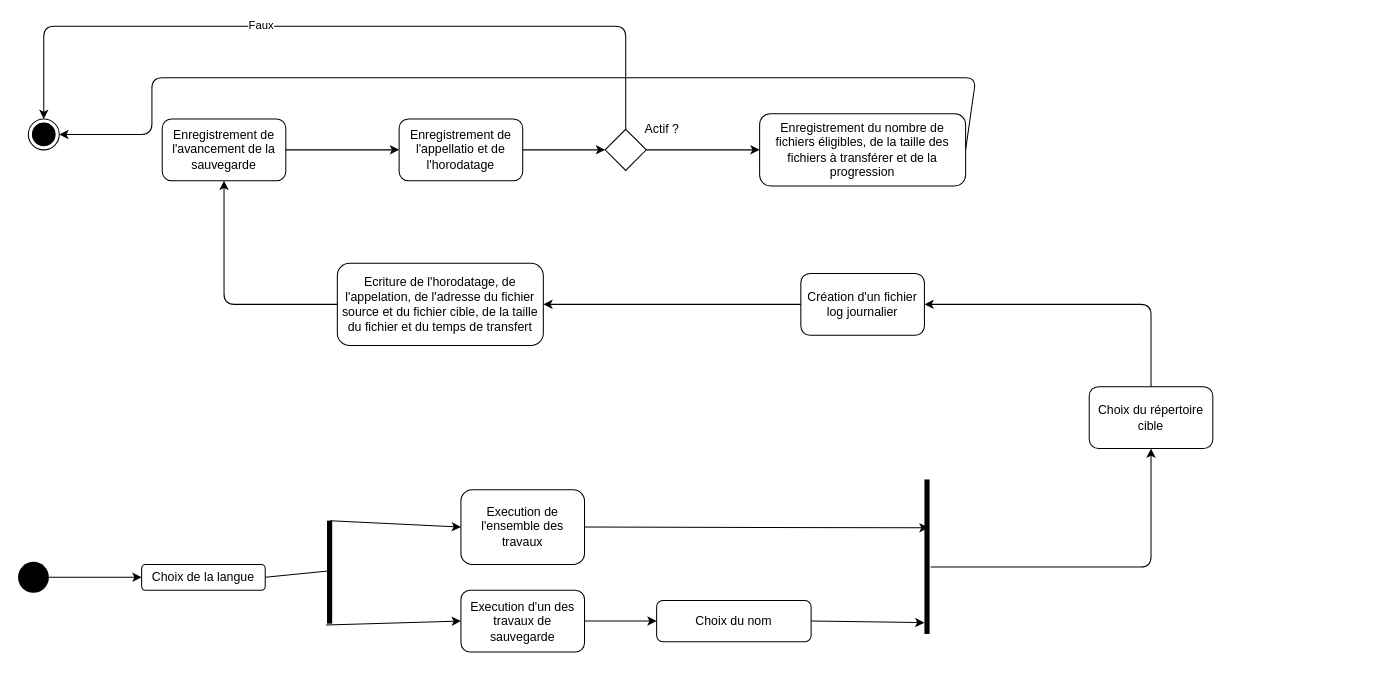
This is Livrable 1/Activity_Diagram.drawio from AxokGit/ProgrammationSystemeG1, a draw.io file, before an edit. Source tidied: cells renumbered, new cells numbered last; positions are measured from the earlier drawing's top-left corner, leaving out a move shared by most shapes. Both pictures are drawn from the tidied source at 103%, with x=0, y=0 at pixel (18, 26).
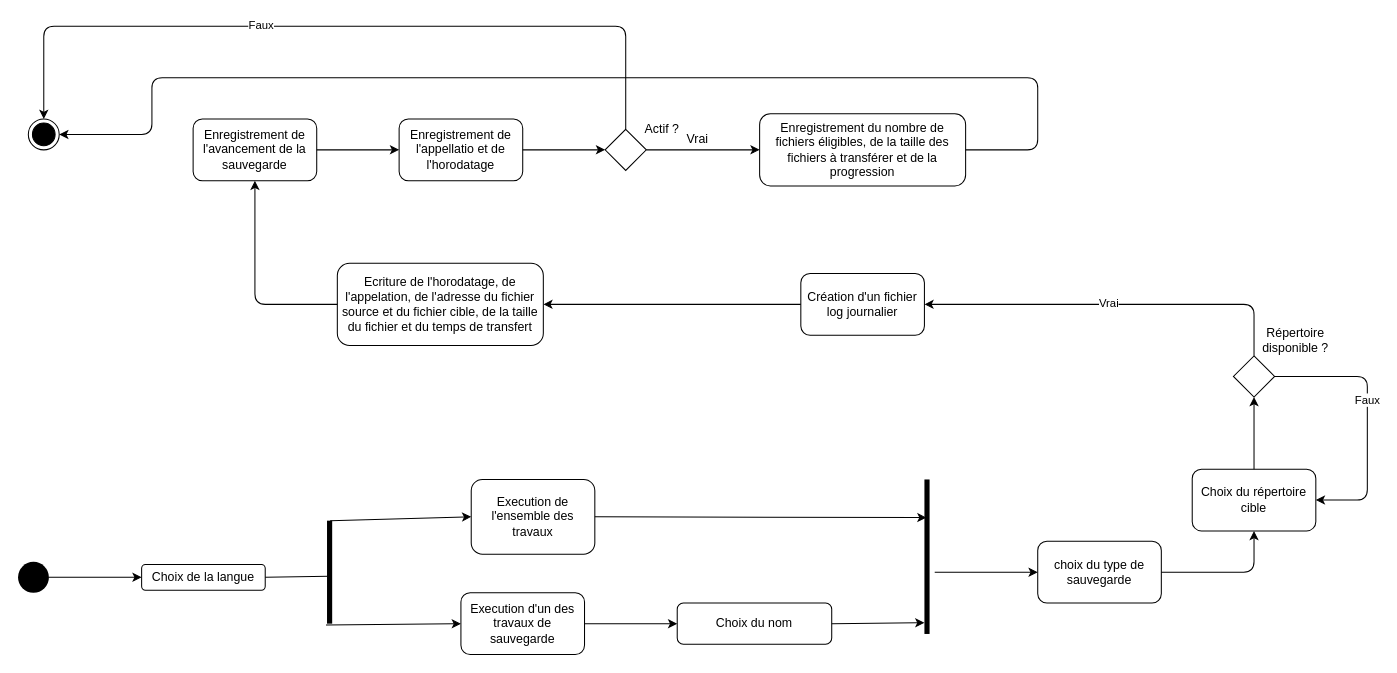
Above is the later version.

Commit message (it also covers changes not shown here):
Adding UML Diagram

The change refers to these unchanged cells:
```xml
<mxCell id="3" style="ellipse;html=1;shape=endState;fillColor=#000000;strokeColor=#000000;" parent="1" vertex="1">
  <mxGeometry x="10" y="90" width="30" height="30" as="geometry" />
</mxCell>
<mxCell id="5" value="Choix de la langue" style="rounded=1;whiteSpace=wrap;html=1;" parent="1" vertex="1">
  <mxGeometry x="120" y="522.5" width="120" height="25" as="geometry" />
</mxCell>
<mxCell id="6" style="html=1;points=[];perimeter=orthogonalPerimeter;fillColor=#000000;strokeColor=none;" parent="1" vertex="1">
  <mxGeometry x="300" y="480" width="5" height="100" as="geometry" />
</mxCell>
<mxCell id="15" style="html=1;points=[];perimeter=orthogonalPerimeter;fillColor=#000000;strokeColor=none;" parent="1" vertex="1">
  <mxGeometry x="880" y="440" width="5" height="150" as="geometry" />
</mxCell>
<mxCell id="19" style="rhombus;whiteSpace=wrap;html=1;" parent="1" vertex="1">
  <mxGeometry x="570" y="100" width="40" height="40" as="geometry" />
</mxCell>
<mxCell id="27" value="Enregistrement du nombre de fichiers éligibles, de la taille des fichiers à transférer et de la progression" style="rounded=1;whiteSpace=wrap;html=1;" parent="1" vertex="1">
  <mxGeometry x="720" y="85" width="200" height="70" as="geometry" />
</mxCell>
<mxCell id="30" value="Création d'un fichier log journalier" style="rounded=1;whiteSpace=wrap;html=1;" parent="1" vertex="1">
  <mxGeometry x="760" y="240" width="120" height="60" as="geometry" />
</mxCell>
<mxCell id="32" value="Ecriture de l'horodatage, de l'appelation, de l'adresse du fichier source et du fichier cible, de la taille du fichier et du temps de transfert" style="rounded=1;whiteSpace=wrap;html=1;" parent="1" vertex="1">
  <mxGeometry x="310" y="230" width="200" height="80" as="geometry" />
</mxCell>
```

What changed in the source:
```diff
@@
-    <mxCell id="7" style="endArrow=none;html=1;exitX=1;exitY=0.5;exitDx=0;exitDy=0;entryX=0.2;entryY=0.488;entryDx=0;entryDy=0;entryPerimeter=0;" parent="1" edge="1" source="5" target="6">
+    <mxCell id="7" style="endArrow=none;html=1;exitX=1;exitY=0.5;exitDx=0;exitDy=0;entryX=0.4;entryY=0.54;entryDx=0;entryDy=0;entryPerimeter=0;" parent="1" edge="1" source="5" target="6">
       <mxGeometry relative="1" as="geometry" />
     </mxCell>
@@
     <mxCell id="10" value="Execution de l'ensemble des travaux" style="rounded=1;whiteSpace=wrap;html=1;" parent="1" vertex="1">
-      <mxGeometry x="430" y="450" width="120" height="72.5" as="geometry" />
+      <mxGeometry x="440" y="440" width="120" height="72.5" as="geometry" />
     </mxCell>
     <mxCell id="11" value="Execution d'un des travaux de sauvegarde" style="rounded=1;whiteSpace=wrap;html=1;" parent="1" vertex="1">
-      <mxGeometry x="430" y="547.5" width="120" height="60" as="geometry" />
+      <mxGeometry x="430" y="550" width="120" height="60" as="geometry" />
     </mxCell>
     <mxCell id="12" value="Choix du nom" style="rounded=1;whiteSpace=wrap;html=1;" parent="1" vertex="1">
-      <mxGeometry x="620" y="557.5" width="150" height="40" as="geometry" />
+      <mxGeometry x="640" y="560" width="150" height="40" as="geometry" />
     </mxCell>
@@
-    <mxCell id="14" style="endArrow=classic;html=1;exitX=1;exitY=0.5;exitDx=0;exitDy=0;entryX=0.8;entryY=0.313;entryDx=0;entryDy=0;entryPerimeter=0;" parent="1" edge="1" source="10" target="15">
+    <mxCell id="14" style="endArrow=classic;html=1;exitX=1;exitY=0.5;exitDx=0;exitDy=0;entryX=0.4;entryY=0.247;entryDx=0;entryDy=0;entryPerimeter=0;" parent="1" edge="1" source="10" target="15">
       <mxGeometry relative="1" as="geometry" />
     </mxCell>
@@
-    <mxCell id="17" style="endArrow=classic;html=1;exitX=1.2;exitY=0.567;exitDx=0;exitDy=0;exitPerimeter=0;entryX=0.5;entryY=1;entryDx=0;entryDy=0;" parent="1" edge="1" source="15" target="28">
-      <mxGeometry relative="1" as="geometry">
-        <Array as="points">
-          <mxPoint x="1100" y="525" />
-        </Array>
-      </mxGeometry>
-    </mxCell>
     <mxCell id="18" value="Enregistrement de l'avancement de la sauvegarde" style="rounded=1;whiteSpace=wrap;html=1;" parent="1" vertex="1">
-      <mxGeometry x="140" y="90" width="120" height="60" as="geometry" />
+      <mxGeometry x="170" y="90" width="120" height="60" as="geometry" />
     </mxCell>
@@
     <mxCell id="26" style="endArrow=classic;html=1;exitX=1;exitY=0.5;exitDx=0;exitDy=0;" parent="1" edge="1" source="19" target="27">
-      <mxGeometry relative="1" as="geometry" />
+      <mxGeometry relative="1" as="geometry">
+        <Array as="points">
+          <mxPoint x="660" y="120" />
+        </Array>
+      </mxGeometry>
     </mxCell>
@@
     <mxCell id="28" value="Choix du répertoire cible" style="rounded=1;whiteSpace=wrap;html=1;" parent="1" vertex="1">
-      <mxGeometry x="1040" y="350" width="120" height="60" as="geometry" />
+      <mxGeometry x="1140" y="430" width="120" height="60" as="geometry" />
     </mxCell>
-    <mxCell id="29" style="endArrow=classic;html=1;exitX=0.5;exitY=0;exitDx=0;exitDy=0;" parent="1" edge="1" source="28" target="30">
-      <mxGeometry relative="1" as="geometry">
-        <Array as="points">
-          <mxPoint x="1100" y="270" />
-        </Array>
-      </mxGeometry>
-    </mxCell>
@@
     <mxCell id="33" style="endArrow=classic;html=1;entryX=0.5;entryY=1;entryDx=0;entryDy=0;exitX=0;exitY=0.5;exitDx=0;exitDy=0;" parent="1" edge="1" source="32" target="18">
       <mxGeometry relative="1" as="geometry">
         <Array as="points">
-          <mxPoint x="200" y="270" />
+          <mxPoint x="230" y="270" />
         </Array>
       </mxGeometry>
     </mxCell>
     <mxCell id="34" style="endArrow=classic;html=1;exitX=1;exitY=0.5;exitDx=0;exitDy=0;entryX=1;entryY=0.5;entryDx=0;entryDy=0;" parent="1" edge="1" source="27" target="3">
       <mxGeometry relative="1" as="geometry">
         <Array as="points">
+          <mxPoint x="990" y="120" />
+          <mxPoint x="990" y="50" />
           <mxPoint x="930" y="50" />
           <mxPoint x="510" y="50" />
           <mxPoint x="130" y="50" />
           <mxPoint x="130" y="105" />
         </Array>
       </mxGeometry>
     </mxCell>
+    <mxCell id="35" value="Vrai" style="text;html=1;strokeColor=none;fillColor=none;align=center;verticalAlign=middle;whiteSpace=wrap;rounded=0;" parent="1" vertex="1">
+      <mxGeometry x="640" y="100" width="40" height="20" as="geometry" />
+    </mxCell>
+    <mxCell id="36" style="rhombus;whiteSpace=wrap;html=1;" parent="1" vertex="1">
+      <mxGeometry x="1180" y="320" width="40" height="40" as="geometry" />
+    </mxCell>
+    <mxCell id="37" value="Répertoire &lt;br&gt;disponible ?" style="text;html=1;align=center;verticalAlign=middle;" parent="1" vertex="1">
+      <mxGeometry x="1200" y="290" width="80" height="30" as="geometry" />
+    </mxCell>
+    <mxCell id="38" style="endArrow=classic;html=1;exitX=0.5;exitY=0;exitDx=0;exitDy=0;entryX=0.5;entryY=1;entryDx=0;entryDy=0;" parent="1" edge="1" source="28" target="36">
+      <mxGeometry relative="1" as="geometry" />
+    </mxCell>
+    <mxCell id="39" style="endArrow=classic;html=1;exitX=0.5;exitY=0;exitDx=0;exitDy=0;entryX=1;entryY=0.5;entryDx=0;entryDy=0;" parent="1" edge="1" source="36" target="30">
+      <mxGeometry relative="1" as="geometry">
+        <Array as="points">
+          <mxPoint x="1200" y="270" />
+        </Array>
+      </mxGeometry>
+    </mxCell>
+    <mxCell id="40" value="Vrai" style="edgeLabel;html=1;align=center;verticalAlign=middle;" parent="39" vertex="1">
+      <mxGeometry x="0.04" y="-2" relative="1" as="geometry" />
+    </mxCell>
+    <mxCell id="41" style="endArrow=classic;html=1;exitX=1;exitY=0.5;exitDx=0;exitDy=0;entryX=1;entryY=0.5;entryDx=0;entryDy=0;" parent="1" edge="1" source="36" target="28">
+      <mxGeometry relative="1" as="geometry">
+        <Array as="points">
+          <mxPoint x="1310" y="340" />
+          <mxPoint x="1310" y="460" />
+        </Array>
+      </mxGeometry>
+    </mxCell>
+    <mxCell id="42" value="Faux" style="edgeLabel;html=1;align=center;verticalAlign=middle;" parent="41" vertex="1">
+      <mxGeometry x="-0.14" y="-1" relative="1" as="geometry" />
+    </mxCell>
+    <mxCell id="43" style="endArrow=classic;html=1;exitX=2;exitY=0.6;exitDx=0;exitDy=0;exitPerimeter=0;entryX=0;entryY=0.5;entryDx=0;entryDy=0;" parent="1" edge="1" source="15" target="44">
+      <mxGeometry relative="1" as="geometry" />
+    </mxCell>
+    <mxCell id="44" value="choix du type de sauvegarde" style="rounded=1;whiteSpace=wrap;html=1;" parent="1" vertex="1">
+      <mxGeometry x="990" y="500" width="120" height="60" as="geometry" />
+    </mxCell>
+    <mxCell id="45" style="endArrow=classic;html=1;exitX=1;exitY=0.5;exitDx=0;exitDy=0;entryX=0.5;entryY=1;entryDx=0;entryDy=0;" parent="1" edge="1" source="44" target="28">
+      <mxGeometry relative="1" as="geometry">
+        <Array as="points">
+          <mxPoint x="1200" y="530" />
+        </Array>
+      </mxGeometry>
+    </mxCell>
```
